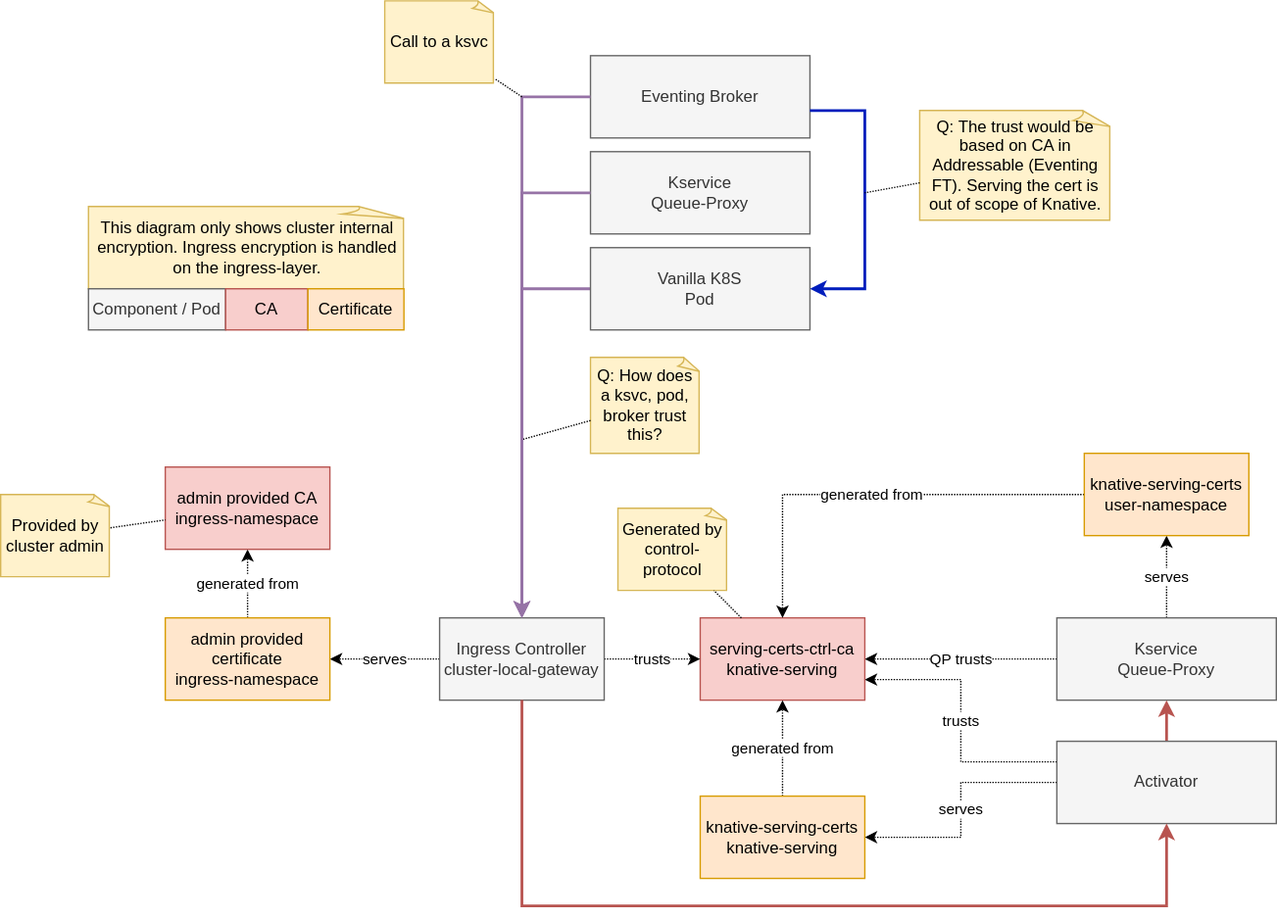
ReToCode/diagrams keeps this draw.io diagram as knative/internal-encryption-cas-and-trust.svg. Above is the earlier version. Source tidied: cells renumbered, new cells last; positions are measured from the earlier drawing's top-left corner, leaving out a move shared by most shapes.
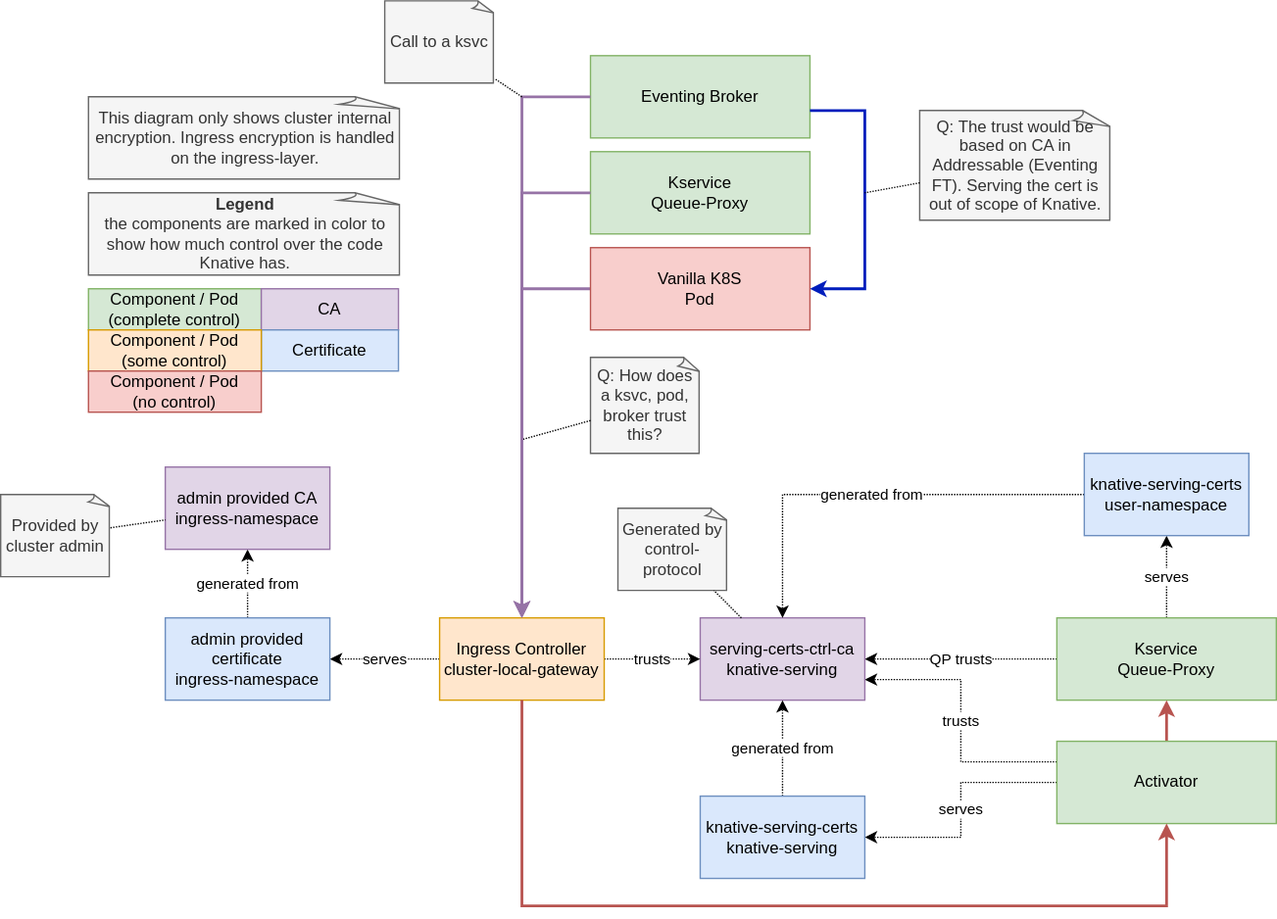
The same diagram one commit later.

Commit message:
update internal-encryption diagram

Change to the diagram source:
```diff
@@ -2,8 +2,8 @@
   <root>
     <mxCell id="0" />
     <mxCell id="1" parent="0" />
-    <mxCell id="2" value="This diagram only shows cluster internal encryption. Ingress encryption is handled on the ingress-layer." style="whiteSpace=wrap;html=1;shape=mxgraph.basic.document;fillColor=#fff2cc;strokeColor=#d6b656;" parent="1" vertex="1">
-      <mxGeometry x="64" y="150" width="232" height="60" as="geometry" />
+    <mxCell id="2" value="This diagram only shows cluster internal encryption. Ingress encryption is handled on the ingress-layer." style="whiteSpace=wrap;html=1;shape=mxgraph.basic.document;fillColor=#f5f5f5;strokeColor=#666666;fontColor=#333333;" parent="1" vertex="1">
+      <mxGeometry x="64" y="70" width="229" height="60" as="geometry" />
     </mxCell>
     <mxCell id="3" value="QP trusts" style="edgeStyle=orthogonalEdgeStyle;rounded=0;jettySize=auto;html=1;dashed=1;dashPattern=1 1;" parent="1" edge="1" source="5" target="10">
       <mxGeometry relative="1" as="geometry" />
@@ -11,7 +11,7 @@
     <mxCell id="4" value="serves" style="edgeStyle=orthogonalEdgeStyle;rounded=0;jettySize=auto;html=1;dashed=1;dashPattern=1 1;" parent="1" edge="1" source="5" target="14">
       <mxGeometry relative="1" as="geometry" />
     </mxCell>
-    <mxCell id="5" value="&lt;span&gt;Kservice&lt;br&gt;&lt;/span&gt;Queue-Proxy" style="rounded=0;whiteSpace=wrap;html=1;fillColor=#f5f5f5;strokeColor=#666666;fontStyle=0;fontColor=#333333;" parent="1" vertex="1">
+    <mxCell id="5" value="&lt;span&gt;Kservice&lt;br&gt;&lt;/span&gt;Queue-Proxy" style="rounded=0;whiteSpace=wrap;html=1;fillColor=#d5e8d4;strokeColor=#82b366;fontStyle=0;" parent="1" vertex="1">
       <mxGeometry x="770" y="450" width="160" height="60" as="geometry" />
     </mxCell>
     <mxCell id="6" value="trusts" style="edgeStyle=orthogonalEdgeStyle;rounded=0;jettySize=auto;html=1;entryX=1;entryY=0.75;entryDx=0;entryDy=0;exitX=0;exitY=0.25;exitDx=0;exitDy=0;dashed=1;dashPattern=1 1;" parent="1" edge="1" source="9" target="10">
@@ -23,22 +23,22 @@
     <mxCell id="8" style="edgeStyle=orthogonalEdgeStyle;rounded=0;jettySize=auto;html=1;strokeWidth=2;fillColor=#f8cecc;strokeColor=#b85450;" parent="1" edge="1" source="9" target="5">
       <mxGeometry relative="1" as="geometry" />
     </mxCell>
-    <mxCell id="9" value="Activator" style="rounded=0;whiteSpace=wrap;html=1;fillColor=#f5f5f5;strokeColor=#666666;fontStyle=0;fontColor=#333333;" parent="1" vertex="1">
+    <mxCell id="9" value="Activator" style="rounded=0;whiteSpace=wrap;html=1;fillColor=#d5e8d4;strokeColor=#82b366;fontStyle=0;" parent="1" vertex="1">
       <mxGeometry x="770" y="540" width="160" height="60" as="geometry" />
     </mxCell>
-    <mxCell id="10" value="serving-certs-ctrl-ca&lt;br&gt;knative-serving" style="rounded=0;whiteSpace=wrap;html=1;fillColor=#f8cecc;strokeColor=#b85450;" parent="1" vertex="1">
+    <mxCell id="10" value="serving-certs-ctrl-ca&lt;br&gt;knative-serving" style="rounded=0;whiteSpace=wrap;html=1;fillColor=#e1d5e7;strokeColor=#9673a6;" parent="1" vertex="1">
       <mxGeometry x="510" y="450" width="120" height="60" as="geometry" />
     </mxCell>
     <mxCell id="11" value="generated from" style="edgeStyle=orthogonalEdgeStyle;rounded=0;jettySize=auto;html=1;dashed=1;dashPattern=1 1;" parent="1" edge="1" source="12" target="10">
       <mxGeometry relative="1" as="geometry" />
     </mxCell>
-    <mxCell id="12" value="knative-serving-certs&lt;br&gt;knative-serving" style="rounded=0;whiteSpace=wrap;html=1;fillColor=#ffe6cc;strokeColor=#d79b00;" parent="1" vertex="1">
+    <mxCell id="12" value="knative-serving-certs&lt;br&gt;knative-serving" style="rounded=0;whiteSpace=wrap;html=1;fillColor=#dae8fc;strokeColor=#6c8ebf;" parent="1" vertex="1">
       <mxGeometry x="510" y="580" width="120" height="60" as="geometry" />
     </mxCell>
     <mxCell id="13" value="generated from" style="edgeStyle=orthogonalEdgeStyle;rounded=0;jettySize=auto;html=1;dashed=1;dashPattern=1 1;" parent="1" edge="1" source="14" target="10">
       <mxGeometry relative="1" as="geometry" />
     </mxCell>
-    <mxCell id="14" value="knative-serving-certs&lt;br&gt;user-namespace" style="rounded=0;whiteSpace=wrap;html=1;fillColor=#ffe6cc;strokeColor=#d79b00;" parent="1" vertex="1">
+    <mxCell id="14" value="knative-serving-certs&lt;br&gt;user-namespace" style="rounded=0;whiteSpace=wrap;html=1;fillColor=#dae8fc;strokeColor=#6c8ebf;" parent="1" vertex="1">
       <mxGeometry x="790" y="330" width="120" height="60" as="geometry" />
     </mxCell>
     <mxCell id="15" value="trusts" style="edgeStyle=orthogonalEdgeStyle;rounded=0;jettySize=auto;html=1;entryX=0;entryY=0.5;entryDx=0;entryDy=0;dashed=1;dashPattern=1 1;" parent="1" edge="1" source="17" target="10">
@@ -47,16 +47,16 @@
     <mxCell id="16" value="serves" style="edgeStyle=orthogonalEdgeStyle;rounded=0;jettySize=auto;html=1;entryX=1;entryY=0.5;entryDx=0;entryDy=0;dashed=1;dashPattern=1 1;" parent="1" edge="1" source="17" target="19">
       <mxGeometry relative="1" as="geometry" />
     </mxCell>
-    <mxCell id="17" value="&lt;span&gt;Ingress Controller&lt;/span&gt;&lt;br&gt;cluster-local-gateway" style="rounded=0;whiteSpace=wrap;html=1;fillColor=#f5f5f5;strokeColor=#666666;fontStyle=0;fontColor=#333333;" parent="1" vertex="1">
+    <mxCell id="17" value="&lt;span&gt;Ingress Controller&lt;/span&gt;&lt;br&gt;cluster-local-gateway" style="rounded=0;whiteSpace=wrap;html=1;fillColor=#ffe6cc;strokeColor=#d79b00;fontStyle=0;" parent="1" vertex="1">
       <mxGeometry x="320" y="450" width="120" height="60" as="geometry" />
     </mxCell>
     <mxCell id="18" value="generated from" style="edgeStyle=orthogonalEdgeStyle;rounded=0;jettySize=auto;html=1;dashed=1;dashPattern=1 1;" parent="1" edge="1" source="19" target="20">
       <mxGeometry relative="1" as="geometry" />
     </mxCell>
-    <mxCell id="19" value="admin provided certificate&lt;br&gt;ingress-namespace" style="rounded=0;whiteSpace=wrap;html=1;fillColor=#ffe6cc;strokeColor=#d79b00;" parent="1" vertex="1">
+    <mxCell id="19" value="admin provided certificate&lt;br&gt;ingress-namespace" style="rounded=0;whiteSpace=wrap;html=1;fillColor=#dae8fc;strokeColor=#6c8ebf;" parent="1" vertex="1">
       <mxGeometry x="120" y="450" width="120" height="60" as="geometry" />
     </mxCell>
-    <mxCell id="20" value="admin provided CA&lt;br&gt;ingress-namespace" style="rounded=0;whiteSpace=wrap;html=1;fillColor=#f8cecc;strokeColor=#b85450;" parent="1" vertex="1">
+    <mxCell id="20" value="admin provided CA&lt;br&gt;ingress-namespace" style="rounded=0;whiteSpace=wrap;html=1;fillColor=#e1d5e7;strokeColor=#9673a6;" parent="1" vertex="1">
       <mxGeometry x="120" y="340" width="120" height="60" as="geometry" />
     </mxCell>
     <mxCell id="21" style="endArrow=classic;html=1;rounded=0;fillColor=#f8cecc;strokeColor=#b85450;strokeWidth=2;entryX=0.5;entryY=1;entryDx=0;entryDy=0;exitX=0.5;exitY=1;exitDx=0;exitDy=0;" parent="1" edge="1" source="17" target="9">
@@ -67,25 +67,22 @@
         </Array>
       </mxGeometry>
     </mxCell>
-    <mxCell id="22" value="Component / Pod" style="rounded=0;whiteSpace=wrap;html=1;fillColor=#f5f5f5;strokeColor=#666666;fontStyle=0;fontColor=#333333;" parent="1" vertex="1">
-      <mxGeometry x="64" y="210" width="100" height="30" as="geometry" />
+    <mxCell id="22" value="Component / Pod&lt;br&gt;(complete control)" style="rounded=0;whiteSpace=wrap;html=1;fillColor=#d5e8d4;strokeColor=#82b366;fontStyle=0;" parent="1" vertex="1">
+      <mxGeometry x="64" y="210" width="126" height="30" as="geometry" />
     </mxCell>
-    <mxCell id="23" value="CA" style="rounded=0;whiteSpace=wrap;html=1;fillColor=#f8cecc;strokeColor=#b85450;" parent="1" vertex="1">
-      <mxGeometry x="164" y="210" width="60" height="30" as="geometry" />
+    <mxCell id="23" value="CA" style="rounded=0;whiteSpace=wrap;html=1;fillColor=#e1d5e7;strokeColor=#9673a6;" parent="1" vertex="1">
+      <mxGeometry x="190" y="210" width="100" height="30" as="geometry" />
     </mxCell>
-    <mxCell id="24" style="edgeStyle=none;rounded=0;jettySize=auto;html=1;dashed=1;dashPattern=1 1;strokeWidth=1;endArrow=none;endFill=0;" parent="1" edge="1" source="25" target="2">
-      <mxGeometry relative="1" as="geometry" />
-    </mxCell>
-    <mxCell id="25" value="Certificate" style="rounded=0;whiteSpace=wrap;html=1;fillColor=#ffe6cc;strokeColor=#d79b00;" parent="1" vertex="1">
-      <mxGeometry x="224" y="210" width="70" height="30" as="geometry" />
+    <mxCell id="25" value="Certificate" style="rounded=0;whiteSpace=wrap;html=1;fillColor=#dae8fc;strokeColor=#6c8ebf;" parent="1" vertex="1">
+      <mxGeometry x="190" y="240" width="100" height="30" as="geometry" />
     </mxCell>
     <mxCell id="26" style="rounded=0;jettySize=auto;html=1;strokeWidth=1;dashed=1;dashPattern=1 1;endArrow=none;endFill=0;" parent="1" edge="1" source="27" target="20">
       <mxGeometry relative="1" as="geometry" />
     </mxCell>
-    <mxCell id="27" value="Provided by cluster admin" style="whiteSpace=wrap;html=1;shape=mxgraph.basic.document;fillColor=#fff2cc;strokeColor=#d6b656;" parent="1" vertex="1">
+    <mxCell id="27" value="Provided by cluster admin" style="whiteSpace=wrap;html=1;shape=mxgraph.basic.document;fillColor=#f5f5f5;strokeColor=#666666;fontColor=#333333;" parent="1" vertex="1">
       <mxGeometry y="360" width="80" height="60" as="geometry" />
     </mxCell>
-    <mxCell id="28" value="Generated by control-protocol" style="whiteSpace=wrap;html=1;shape=mxgraph.basic.document;fillColor=#fff2cc;strokeColor=#d6b656;" parent="1" vertex="1">
+    <mxCell id="28" value="Generated by control-protocol" style="whiteSpace=wrap;html=1;shape=mxgraph.basic.document;fillColor=#f5f5f5;strokeColor=#666666;fontColor=#333333;" parent="1" vertex="1">
       <mxGeometry x="450" y="370" width="80" height="60" as="geometry" />
     </mxCell>
     <mxCell id="29" style="rounded=0;jettySize=auto;html=1;strokeWidth=1;dashed=1;dashPattern=1 1;endArrow=none;endFill=0;" parent="1" edge="1" source="10" target="28">
@@ -98,7 +95,7 @@
         </Array>
       </mxGeometry>
     </mxCell>
-    <mxCell id="31" value="Q: How does a ksvc, pod, broker trust this?" style="whiteSpace=wrap;html=1;shape=mxgraph.basic.document;fillColor=#fff2cc;strokeColor=#d6b656;" parent="1" vertex="1">
+    <mxCell id="31" value="Q: How does a ksvc, pod, broker trust this?" style="whiteSpace=wrap;html=1;shape=mxgraph.basic.document;fillColor=#f5f5f5;strokeColor=#666666;fontColor=#333333;" parent="1" vertex="1">
       <mxGeometry x="430" y="260" width="80" height="70" as="geometry" />
     </mxCell>
     <mxCell id="32" style="rounded=0;jettySize=auto;html=1;strokeWidth=1;dashed=1;dashPattern=1 1;endArrow=none;endFill=0;" parent="1" edge="1" source="31">
@@ -106,10 +103,10 @@
         <mxPoint x="380" y="320" as="targetPoint" />
       </mxGeometry>
     </mxCell>
-    <mxCell id="33" value="&lt;span&gt;Vanilla K8S&lt;br&gt;&lt;/span&gt;Pod" style="rounded=0;whiteSpace=wrap;html=1;fillColor=#f5f5f5;strokeColor=#666666;fontStyle=0;fontColor=#333333;" parent="1" vertex="1">
+    <mxCell id="33" value="&lt;span&gt;Vanilla K8S&lt;br&gt;&lt;/span&gt;Pod" style="rounded=0;whiteSpace=wrap;html=1;fillColor=#f8cecc;strokeColor=#b85450;fontStyle=0;" parent="1" vertex="1">
       <mxGeometry x="430" y="180" width="160" height="60" as="geometry" />
     </mxCell>
-    <mxCell id="34" value="&lt;span&gt;Kservice&lt;br&gt;&lt;/span&gt;Queue-Proxy" style="rounded=0;whiteSpace=wrap;html=1;fillColor=#f5f5f5;strokeColor=#666666;fontStyle=0;fontColor=#333333;" parent="1" vertex="1">
+    <mxCell id="34" value="&lt;span&gt;Kservice&lt;br&gt;&lt;/span&gt;Queue-Proxy" style="rounded=0;whiteSpace=wrap;html=1;fillColor=#d5e8d4;strokeColor=#82b366;fontStyle=0;" parent="1" vertex="1">
       <mxGeometry x="430" y="110" width="160" height="60" as="geometry" />
     </mxCell>
     <mxCell id="35" style="edgeStyle=orthogonalEdgeStyle;rounded=0;jettySize=auto;html=1;strokeWidth=2;fillColor=#e1d5e7;strokeColor=#9673a6;entryX=0.5;entryY=0;entryDx=0;entryDy=0;" parent="1" edge="1" source="34" target="17">
@@ -119,7 +116,7 @@
         </Array>
       </mxGeometry>
     </mxCell>
-    <mxCell id="36" value="Eventing Broker" style="rounded=0;whiteSpace=wrap;html=1;fillColor=#f5f5f5;strokeColor=#666666;fontStyle=0;fontColor=#333333;" parent="1" vertex="1">
+    <mxCell id="36" value="Eventing Broker" style="rounded=0;whiteSpace=wrap;html=1;fillColor=#d5e8d4;strokeColor=#82b366;fontStyle=0;" parent="1" vertex="1">
       <mxGeometry x="430" y="40" width="160" height="60" as="geometry" />
     </mxCell>
     <mxCell id="37" style="edgeStyle=orthogonalEdgeStyle;rounded=0;jettySize=auto;html=1;strokeWidth=2;fillColor=#e1d5e7;strokeColor=#9673a6;" parent="1" edge="1" source="36" target="17">
@@ -137,7 +134,7 @@
         </Array>
       </mxGeometry>
     </mxCell>
-    <mxCell id="39" value="Q: The trust would be based on CA in Addressable (Eventing FT). Serving the cert is out of scope of Knative." style="whiteSpace=wrap;html=1;shape=mxgraph.basic.document;fillColor=#fff2cc;strokeColor=#d6b656;" parent="1" vertex="1">
+    <mxCell id="39" value="Q: The trust would be based on CA in Addressable (Eventing FT). Serving the cert is out of scope of Knative." style="whiteSpace=wrap;html=1;shape=mxgraph.basic.document;fillColor=#f5f5f5;strokeColor=#666666;fontColor=#333333;" parent="1" vertex="1">
       <mxGeometry x="670" y="80" width="140" height="80" as="geometry" />
     </mxCell>
     <mxCell id="40" style="rounded=0;jettySize=auto;html=1;strokeWidth=1;dashed=1;dashPattern=1 1;endArrow=none;endFill=0;" parent="1" edge="1" source="39">
@@ -145,7 +142,7 @@
         <mxPoint x="630" y="140" as="targetPoint" />
       </mxGeometry>
     </mxCell>
-    <mxCell id="41" value="Call to a ksvc" style="whiteSpace=wrap;html=1;shape=mxgraph.basic.document;fillColor=#fff2cc;strokeColor=#d6b656;" parent="1" vertex="1">
+    <mxCell id="41" value="Call to a ksvc" style="whiteSpace=wrap;html=1;shape=mxgraph.basic.document;fillColor=#f5f5f5;strokeColor=#666666;fontColor=#333333;" parent="1" vertex="1">
       <mxGeometry x="280" width="80" height="60" as="geometry" />
     </mxCell>
     <mxCell id="42" style="rounded=0;jettySize=auto;html=1;strokeWidth=1;dashed=1;dashPattern=1 1;endArrow=none;endFill=0;" parent="1" edge="1" target="41">
@@ -153,5 +150,14 @@
         <mxPoint x="380" y="70" as="sourcePoint" />
       </mxGeometry>
     </mxCell>
+    <mxCell id="43" value="Component / Pod&lt;br&gt;(some control)" style="rounded=0;whiteSpace=wrap;html=1;fillColor=#ffe6cc;strokeColor=#d79b00;fontStyle=0;" parent="1" vertex="1">
+      <mxGeometry x="64" y="240" width="126" height="30" as="geometry" />
+    </mxCell>
+    <mxCell id="44" value="Component / Pod&lt;br&gt;(no control)" style="rounded=0;whiteSpace=wrap;html=1;fillColor=#f8cecc;strokeColor=#b85450;fontStyle=0;" parent="1" vertex="1">
+      <mxGeometry x="64" y="270" width="126" height="30" as="geometry" />
+    </mxCell>
+    <mxCell id="45" value="&lt;b&gt;Legend&lt;/b&gt;&lt;br&gt;the components are marked in color to show how much control over the code Knative has." style="whiteSpace=wrap;html=1;shape=mxgraph.basic.document;fillColor=#f5f5f5;strokeColor=#666666;fontColor=#333333;" parent="1" vertex="1">
+      <mxGeometry x="64" y="140" width="229" height="60" as="geometry" />
+    </mxCell>
   </root>
 </mxGraphModel>
```
